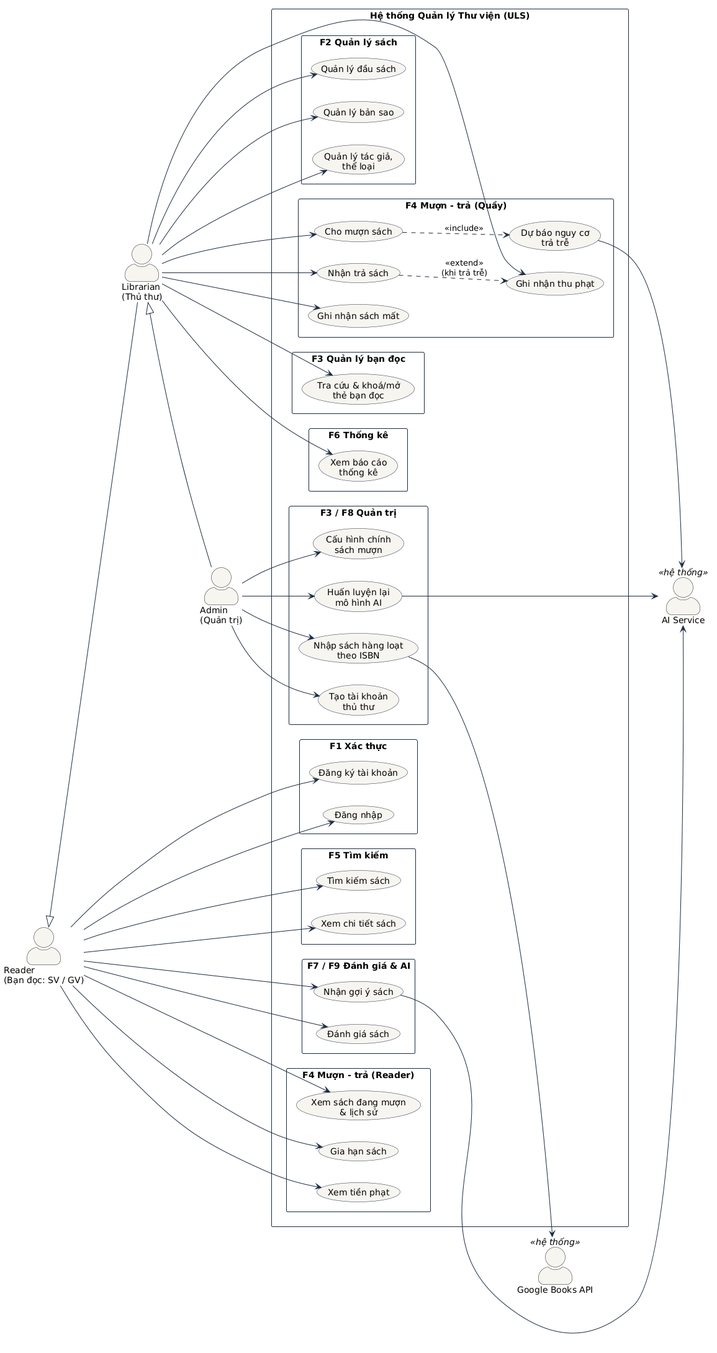
Above: docs/uml/use-case-overview.png in khoidev2001/university-library-system (PlantUML), before the change.
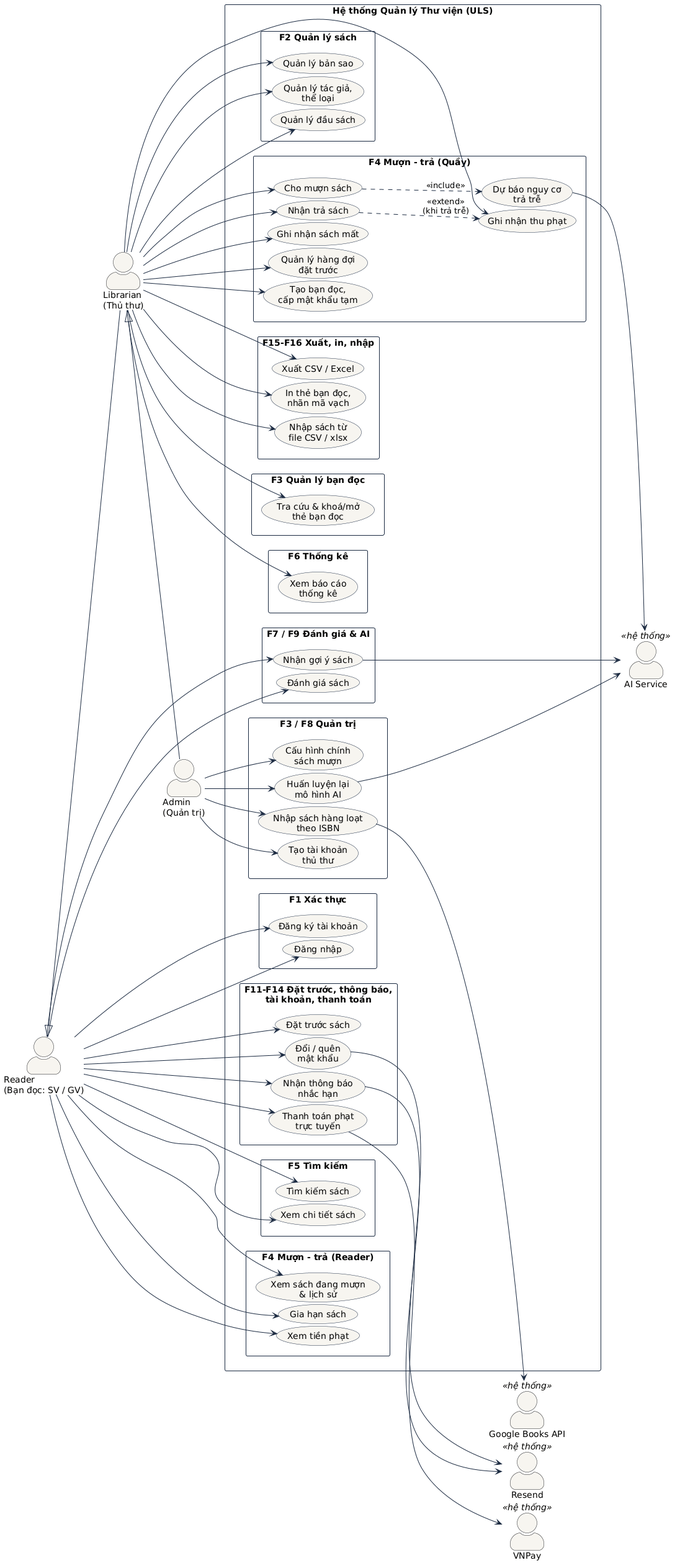
Above is the later version.

Commit message:
docs(uml): thêm sequence đặt trước và thanh toán VNPay, cập nhật kiến trúc, bối cảnh, use case

Diff of the diagram source:
```diff
@@ -1,5 +1,7 @@
 @startuml use-case-overview
 left to right direction
+skinparam nodesep 4
+skinparam ranksep 30
 skinparam packageStyle rectangle
 skinparam actorStyle awesome
 skinparam usecase {
@@ -17,6 +19,8 @@
 actor "Admin\n(Quản trị)" as Admin
 actor "AI Service" as AI <<hệ thống>>
 actor "Google Books API" as GB <<hệ thống>>
+actor "Resend" as RS <<hệ thống>>
+actor "VNPay" as VN <<hệ thống>>
 
 Librarian -up-|> Reader
 Admin -up-|> Librarian
@@ -25,6 +29,12 @@
   package "F1 Xác thực" {
     usecase "Đăng ký tài khoản" as UC01
     usecase "Đăng nhập" as UC02
+  }
+  package "F11-F14 Đặt trước, thông báo,\ntài khoản, thanh toán" {
+    usecase "Đặt trước sách" as UC23
+    usecase "Nhận thông báo\nnhắc hạn" as UC24
+    usecase "Đổi / quên\nmật khẩu" as UC25
+    usecase "Thanh toán phạt\ntrực tuyến" as UC26
   }
   package "F5 Tìm kiếm" {
     usecase "Tìm kiếm sách" as UC05
@@ -50,6 +60,13 @@
     usecase "Ghi nhận sách mất" as UC11
     usecase "Ghi nhận thu phạt" as UC12b
     usecase "Dự báo nguy cơ\ntrả trễ" as UC19
+    usecase "Quản lý hàng đợi\nđặt trước" as UC27
+    usecase "Tạo bạn đọc,\ncấp mật khẩu tạm" as UC28
+  }
+  package "F15-F16 Xuất, in, nhập" {
+    usecase "Xuất CSV / Excel" as UC29
+    usecase "In thẻ bạn đọc,\nnhãn mã vạch" as UC30
+    usecase "Nhập sách từ\nfile CSV / xlsx" as UC31
   }
   package "F3 Quản lý bạn đọc" {
     usecase "Tra cứu & khoá/mở\nthẻ bạn đọc" as UC13
@@ -74,6 +91,10 @@
 Reader --> UC12a
 Reader --> UC17
 Reader --> UC18
+Reader --> UC23
+Reader --> UC24
+Reader --> UC25
+Reader --> UC26
 
 Librarian --> UC03
 Librarian --> UC04
@@ -84,6 +105,11 @@
 Librarian --> UC12b
 Librarian --> UC13
 Librarian --> UC16
+Librarian --> UC27
+Librarian --> UC28
+Librarian --> UC29
+Librarian --> UC30
+Librarian --> UC31
 
 Admin --> UC14
 Admin --> UC15
@@ -96,4 +122,7 @@
 UC18 --> AI
 UC21 --> AI
 UC22 --> GB
+UC25 --> RS
+UC24 --> RS
+UC26 --> VN
 @enduml
```
